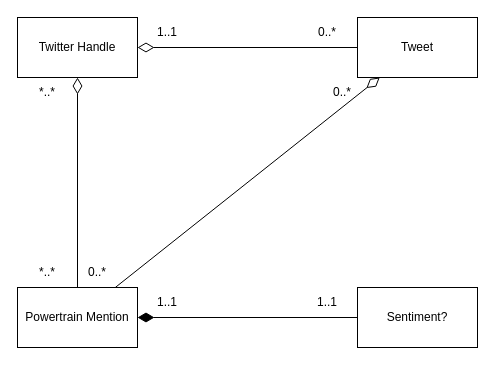
This is uml/relationships.drawio from agarcia169/4306-Donaldson-Project, a draw.io file, before an edit. Source tidied: cells renumbered, new cells numbered last; positions are measured from the earlier drawing's top-left corner, leaving out a move shared by most shapes. Both pictures are drawn from the tidied source at 100%, with x=0, y=0 at pixel (17, 17).
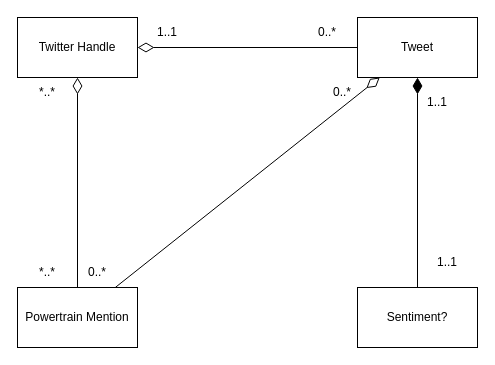
After the change.

Diff of the diagram source:
```diff
@@
 <mxGraphModel>
   <root>
     <mxCell id="0" />
     <mxCell id="1" parent="0" />
     <mxCell id="2" style="edgeStyle=orthogonalEdgeStyle;rounded=0;jettySize=auto;html=1;endArrow=none;endFill=0;startArrow=diamondThin;startFill=0;targetPerimeterSpacing=0;endSize=6;startSize=14;" parent="1" edge="1" source="4" target="6">
       <mxGeometry relative="1" as="geometry" />
     </mxCell>
     <mxCell id="3" style="edgeStyle=none;rounded=0;jettySize=auto;html=1;endArrow=none;endFill=0;startArrow=diamondThin;startFill=0;startSize=14;" parent="1" edge="1" source="4" target="8">
       <mxGeometry relative="1" as="geometry" />
     </mxCell>
     <mxCell id="4" value="Twitter Handle" style="rounded=0;whiteSpace=wrap;html=1;" parent="1" vertex="1">
       <mxGeometry width="120" height="60" as="geometry" />
     </mxCell>
     <mxCell id="5" style="rounded=0;jettySize=auto;html=1;endArrow=none;endFill=0;startArrow=diamondThin;startFill=0;startSize=14;" parent="1" edge="1" source="6" target="8">
       <mxGeometry relative="1" as="geometry" />
     </mxCell>
     <mxCell id="6" value="Tweet" style="rounded=0;whiteSpace=wrap;html=1;" parent="1" vertex="1">
       <mxGeometry x="340" width="120" height="60" as="geometry" />
     </mxCell>
-    <mxCell id="7" style="edgeStyle=none;rounded=0;jettySize=auto;html=1;endArrow=none;endFill=0;startArrow=diamondThin;startFill=1;startSize=14;" parent="1" edge="1" source="8" target="9">
+    <mxCell id="7" style="edgeStyle=none;rounded=0;jettySize=auto;html=1;endArrow=none;endFill=0;startArrow=diamondThin;startFill=1;startSize=14;" parent="1" edge="1" source="6" target="9">
       <mxGeometry relative="1" as="geometry" />
     </mxCell>
     <mxCell id="8" value="Powertrain Mention" style="rounded=0;whiteSpace=wrap;html=1;" parent="1" vertex="1">
       <mxGeometry y="270" width="120" height="60" as="geometry" />
     </mxCell>
     <mxCell id="9" value="Sentiment?" style="rounded=0;whiteSpace=wrap;html=1;" parent="1" vertex="1">
       <mxGeometry x="340" y="270" width="120" height="60" as="geometry" />
     </mxCell>
     <mxCell id="10" value="1..1" style="text;html=1;strokeColor=none;fillColor=none;align=center;verticalAlign=middle;whiteSpace=wrap;rounded=0;" parent="1" vertex="1">
       <mxGeometry x="120" width="60" height="30" as="geometry" />
     </mxCell>
     <mxCell id="11" value="0..*" style="text;html=1;strokeColor=none;fillColor=none;align=center;verticalAlign=middle;whiteSpace=wrap;rounded=0;" parent="1" vertex="1">
       <mxGeometry x="280" width="60" height="30" as="geometry" />
     </mxCell>
     <mxCell id="12" value="0..*" style="text;html=1;strokeColor=none;fillColor=none;align=center;verticalAlign=middle;whiteSpace=wrap;rounded=0;" parent="1" vertex="1">
       <mxGeometry x="295" y="60" width="60" height="30" as="geometry" />
     </mxCell>
     <mxCell id="13" value="0..*" style="text;html=1;strokeColor=none;fillColor=none;align=center;verticalAlign=middle;whiteSpace=wrap;rounded=0;" parent="1" vertex="1">
       <mxGeometry x="50" y="240" width="60" height="30" as="geometry" />
     </mxCell>
     <mxCell id="14" value="1..1" style="text;html=1;strokeColor=none;fillColor=none;align=center;verticalAlign=middle;whiteSpace=wrap;rounded=0;" parent="1" vertex="1">
-      <mxGeometry x="120" y="270" width="60" height="30" as="geometry" />
+      <mxGeometry x="390" y="70" width="60" height="30" as="geometry" />
     </mxCell>
     <mxCell id="15" value="1..1" style="text;html=1;strokeColor=none;fillColor=none;align=center;verticalAlign=middle;whiteSpace=wrap;rounded=0;" parent="1" vertex="1">
-      <mxGeometry x="280" y="270" width="60" height="30" as="geometry" />
+      <mxGeometry x="400" y="230" width="60" height="30" as="geometry" />
     </mxCell>
     <mxCell id="16" value="*..*" style="text;html=1;strokeColor=none;fillColor=none;align=center;verticalAlign=middle;whiteSpace=wrap;rounded=0;" parent="1" vertex="1">
       <mxGeometry y="240" width="60" height="30" as="geometry" />
     </mxCell>
     <mxCell id="17" value="*..*" style="text;html=1;strokeColor=none;fillColor=none;align=center;verticalAlign=middle;whiteSpace=wrap;rounded=0;" parent="1" vertex="1">
       <mxGeometry y="60" width="60" height="30" as="geometry" />
     </mxCell>
   </root>
 </mxGraphModel>
```
